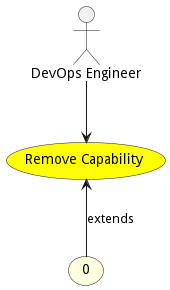
The PlantUML diagram docs/sabr/aml/cm/usecases/removecapability/Activities.png in madajaju/sabr, before a commit. Its diagram source:
```plantuml
@startuml


usecase "Remove Capability" as RemoveCapability #yellow

Actor "DevOps Engineer" as DevOpsEngineer

DevOpsEngineer --> RemoveCapability





usecase "0" as 0 #lightyellow

RemoveCapability <-- 0 : extends







@enduml
```
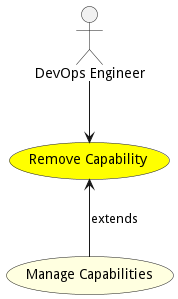
The same file after the commit.

The edit, as a diff of the source:
```diff
@@ -11,9 +11,9 @@
 
 
 
-usecase "0" as 0 #lightyellow
+usecase "Manage Capabilities" as ManageCapabilities #lightyellow
 
-RemoveCapability <-- 0 : extends
+RemoveCapability <-- ManageCapabilities : extends
 
 
 
```
